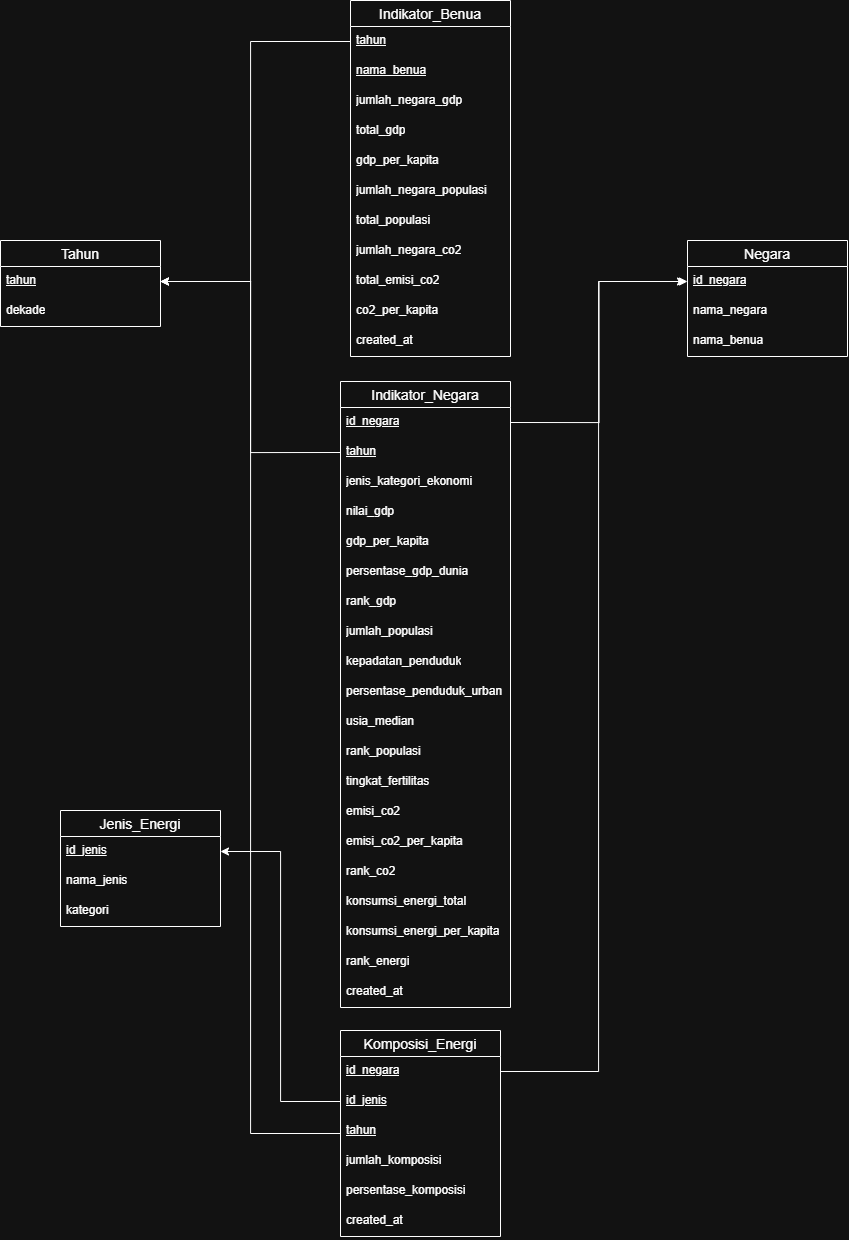
This is Data Warehous/design/ERD_Diagram_Data_Warehouse.png from ValentinoDan/Seleksi-2026-Tugas-1, a draw.io export, as it was before one commit. Source tidied: cells renumbered, new cells last; positions are measured from the earlier drawing's top-left corner, leaving out a move shared by most shapes. Source of this version:
```xml
<mxGraphModel>
  <root>
    <mxCell id="0" />
    <mxCell id="1" parent="0" />
    <mxCell id="2" value="Tahun" style="swimlane;fontStyle=0;horizontal=1;startSize=26;align=center;fontSize=14;" parent="1" vertex="1">
      <mxGeometry y="240" width="160" height="86" as="geometry" />
    </mxCell>
    <mxCell id="3" value="&lt;u&gt;tahun&lt;/u&gt;" style="text;strokeColor=none;fillColor=none;spacingLeft=4;spacingRight=4;overflow=hidden;points=[[0,0.5],[1,0.5]];portConstraint=eastwest;fontSize=12;whiteSpace=wrap;html=1;" parent="2" vertex="1">
      <mxGeometry y="26" width="160" height="30" as="geometry" />
    </mxCell>
    <mxCell id="4" value="dekade" style="text;strokeColor=none;fillColor=none;spacingLeft=4;spacingRight=4;overflow=hidden;fontSize=12;whiteSpace=wrap;html=1;" parent="2" vertex="1">
      <mxGeometry y="56" width="160" height="30" as="geometry" />
    </mxCell>
    <mxCell id="5" value="Negara" style="swimlane;fontStyle=0;horizontal=1;startSize=26;align=center;fontSize=14;" parent="1" vertex="1">
      <mxGeometry x="687" y="240" width="160" height="116" as="geometry" />
    </mxCell>
    <mxCell id="6" value="&lt;u&gt;id_negara&lt;/u&gt;" style="text;strokeColor=none;fillColor=none;spacingLeft=4;spacingRight=4;overflow=hidden;points=[[0,0.5],[1,0.5]];portConstraint=eastwest;fontSize=12;whiteSpace=wrap;html=1;" parent="5" vertex="1">
      <mxGeometry y="26" width="160" height="30" as="geometry" />
    </mxCell>
    <mxCell id="7" value="nama_negara" style="text;strokeColor=none;fillColor=none;spacingLeft=4;spacingRight=4;overflow=hidden;fontSize=12;whiteSpace=wrap;html=1;" parent="5" vertex="1">
      <mxGeometry y="56" width="160" height="30" as="geometry" />
    </mxCell>
    <mxCell id="8" value="nama_benua" style="text;strokeColor=none;fillColor=none;spacingLeft=4;spacingRight=4;overflow=hidden;fontSize=12;whiteSpace=wrap;html=1;" parent="5" vertex="1">
      <mxGeometry y="86" width="160" height="30" as="geometry" />
    </mxCell>
    <mxCell id="9" value="Jenis_Energi" style="swimlane;fontStyle=0;horizontal=1;startSize=26;align=center;fontSize=14;" parent="1" vertex="1">
      <mxGeometry x="60" y="810" width="160" height="116" as="geometry" />
    </mxCell>
    <mxCell id="10" value="&lt;u&gt;id_jenis&lt;/u&gt;" style="text;strokeColor=none;fillColor=none;spacingLeft=4;spacingRight=4;overflow=hidden;points=[[0,0.5],[1,0.5]];portConstraint=eastwest;fontSize=12;whiteSpace=wrap;html=1;" parent="9" vertex="1">
      <mxGeometry y="26" width="160" height="30" as="geometry" />
    </mxCell>
    <mxCell id="11" value="nama_jenis" style="text;strokeColor=none;fillColor=none;spacingLeft=4;spacingRight=4;overflow=hidden;fontSize=12;whiteSpace=wrap;html=1;" parent="9" vertex="1">
      <mxGeometry y="56" width="160" height="30" as="geometry" />
    </mxCell>
    <mxCell id="12" value="kategori" style="text;strokeColor=none;fillColor=none;spacingLeft=4;spacingRight=4;overflow=hidden;fontSize=12;whiteSpace=wrap;html=1;" parent="9" vertex="1">
      <mxGeometry y="86" width="160" height="30" as="geometry" />
    </mxCell>
    <mxCell id="13" value="Indikator_Negara" style="swimlane;fontStyle=0;horizontal=1;startSize=26;align=center;fontSize=14;" parent="1" vertex="1">
      <mxGeometry x="340" y="381" width="170" height="626" as="geometry" />
    </mxCell>
    <mxCell id="14" value="&lt;u&gt;id_negara&lt;/u&gt;" style="text;strokeColor=none;fillColor=none;spacingLeft=4;spacingRight=4;overflow=hidden;points=[[0,0.5],[1,0.5]];portConstraint=eastwest;fontSize=12;whiteSpace=wrap;html=1;" parent="13" vertex="1">
      <mxGeometry y="26" width="170" height="30" as="geometry" />
    </mxCell>
    <mxCell id="15" value="&lt;u&gt;tahun&lt;/u&gt;" style="text;strokeColor=none;fillColor=none;spacingLeft=4;spacingRight=4;overflow=hidden;points=[[0,0.5],[1,0.5]];portConstraint=eastwest;fontSize=12;whiteSpace=wrap;html=1;" parent="13" vertex="1">
      <mxGeometry y="56" width="170" height="30" as="geometry" />
    </mxCell>
    <mxCell id="16" value="jenis_kategori_ekonomi" style="text;strokeColor=none;fillColor=none;spacingLeft=4;spacingRight=4;overflow=hidden;fontSize=12;whiteSpace=wrap;html=1;" parent="13" vertex="1">
      <mxGeometry y="86" width="170" height="30" as="geometry" />
    </mxCell>
    <mxCell id="17" value="nilai_gdp" style="text;strokeColor=none;fillColor=none;spacingLeft=4;spacingRight=4;overflow=hidden;fontSize=12;whiteSpace=wrap;html=1;" parent="13" vertex="1">
      <mxGeometry y="116" width="170" height="30" as="geometry" />
    </mxCell>
    <mxCell id="18" value="gdp_per_kapita" style="text;strokeColor=none;fillColor=none;spacingLeft=4;spacingRight=4;overflow=hidden;fontSize=12;whiteSpace=wrap;html=1;" parent="13" vertex="1">
      <mxGeometry y="146" width="170" height="30" as="geometry" />
    </mxCell>
    <mxCell id="19" value="persentase_gdp_dunia" style="text;strokeColor=none;fillColor=none;spacingLeft=4;spacingRight=4;overflow=hidden;fontSize=12;whiteSpace=wrap;html=1;" parent="13" vertex="1">
      <mxGeometry y="176" width="170" height="30" as="geometry" />
    </mxCell>
    <mxCell id="20" value="rank_gdp" style="text;strokeColor=none;fillColor=none;spacingLeft=4;spacingRight=4;overflow=hidden;fontSize=12;whiteSpace=wrap;html=1;" parent="13" vertex="1">
      <mxGeometry y="206" width="170" height="30" as="geometry" />
    </mxCell>
    <mxCell id="21" value="jumlah_populasi" style="text;strokeColor=none;fillColor=none;spacingLeft=4;spacingRight=4;overflow=hidden;fontSize=12;whiteSpace=wrap;html=1;" parent="13" vertex="1">
      <mxGeometry y="236" width="170" height="30" as="geometry" />
    </mxCell>
    <mxCell id="22" value="kepadatan_penduduk" style="text;strokeColor=none;fillColor=none;spacingLeft=4;spacingRight=4;overflow=hidden;fontSize=12;whiteSpace=wrap;html=1;" parent="13" vertex="1">
      <mxGeometry y="266" width="170" height="30" as="geometry" />
    </mxCell>
    <mxCell id="23" value="persentase_penduduk_urban" style="text;strokeColor=none;fillColor=none;spacingLeft=4;spacingRight=4;overflow=hidden;fontSize=12;whiteSpace=wrap;html=1;" parent="13" vertex="1">
      <mxGeometry y="296" width="170" height="30" as="geometry" />
    </mxCell>
    <mxCell id="24" value="usia_median" style="text;strokeColor=none;fillColor=none;spacingLeft=4;spacingRight=4;overflow=hidden;fontSize=12;whiteSpace=wrap;html=1;" parent="13" vertex="1">
      <mxGeometry y="326" width="170" height="30" as="geometry" />
    </mxCell>
    <mxCell id="25" value="rank_populasi" style="text;strokeColor=none;fillColor=none;spacingLeft=4;spacingRight=4;overflow=hidden;fontSize=12;whiteSpace=wrap;html=1;" parent="13" vertex="1">
      <mxGeometry y="356" width="170" height="30" as="geometry" />
    </mxCell>
    <mxCell id="26" value="tingkat_fertilitas" style="text;strokeColor=none;fillColor=none;spacingLeft=4;spacingRight=4;overflow=hidden;fontSize=12;whiteSpace=wrap;html=1;" parent="13" vertex="1">
      <mxGeometry y="386" width="170" height="30" as="geometry" />
    </mxCell>
    <mxCell id="27" value="emisi_co2" style="text;strokeColor=none;fillColor=none;spacingLeft=4;spacingRight=4;overflow=hidden;fontSize=12;whiteSpace=wrap;html=1;" parent="13" vertex="1">
      <mxGeometry y="416" width="170" height="30" as="geometry" />
    </mxCell>
    <mxCell id="28" value="emisi_co2_per_kapita" style="text;strokeColor=none;fillColor=none;spacingLeft=4;spacingRight=4;overflow=hidden;fontSize=12;whiteSpace=wrap;html=1;" parent="13" vertex="1">
      <mxGeometry y="446" width="170" height="30" as="geometry" />
    </mxCell>
    <mxCell id="29" value="rank_co2" style="text;strokeColor=none;fillColor=none;spacingLeft=4;spacingRight=4;overflow=hidden;fontSize=12;whiteSpace=wrap;html=1;" parent="13" vertex="1">
      <mxGeometry y="476" width="170" height="30" as="geometry" />
    </mxCell>
    <mxCell id="30" value="konsumsi_energi_total" style="text;strokeColor=none;fillColor=none;spacingLeft=4;spacingRight=4;overflow=hidden;fontSize=12;whiteSpace=wrap;html=1;" parent="13" vertex="1">
      <mxGeometry y="506" width="170" height="30" as="geometry" />
    </mxCell>
    <mxCell id="31" value="konsumsi_energi_per_kapita" style="text;strokeColor=none;fillColor=none;spacingLeft=4;spacingRight=4;overflow=hidden;fontSize=12;whiteSpace=wrap;html=1;" parent="13" vertex="1">
      <mxGeometry y="536" width="170" height="30" as="geometry" />
    </mxCell>
    <mxCell id="32" value="rank_energi" style="text;strokeColor=none;fillColor=none;spacingLeft=4;spacingRight=4;overflow=hidden;fontSize=12;whiteSpace=wrap;html=1;" parent="13" vertex="1">
      <mxGeometry y="566" width="170" height="30" as="geometry" />
    </mxCell>
    <mxCell id="33" value="created_at" style="text;strokeColor=none;fillColor=none;spacingLeft=4;spacingRight=4;overflow=hidden;fontSize=12;whiteSpace=wrap;html=1;" parent="13" vertex="1">
      <mxGeometry y="596" width="170" height="30" as="geometry" />
    </mxCell>
    <mxCell id="34" style="edgeStyle=orthogonalEdgeStyle;rounded=0;jettySize=auto;html=1;exitX=0;exitY=0.5;exitDx=0;exitDy=0;entryX=1;entryY=0.5;entryDx=0;entryDy=0;" parent="1" edge="1" source="35" target="3">
      <mxGeometry relative="1" as="geometry" />
    </mxCell>
    <mxCell id="35" value="Komposisi_Energi" style="swimlane;fontStyle=0;horizontal=1;startSize=26;align=center;fontSize=14;" parent="1" vertex="1">
      <mxGeometry x="340" y="1030" width="160" height="206" as="geometry" />
    </mxCell>
    <mxCell id="36" value="&lt;u&gt;id_negara&lt;/u&gt;" style="text;strokeColor=none;fillColor=none;spacingLeft=4;spacingRight=4;overflow=hidden;points=[[0,0.5],[1,0.5]];portConstraint=eastwest;fontSize=12;whiteSpace=wrap;html=1;" parent="35" vertex="1">
      <mxGeometry y="26" width="160" height="30" as="geometry" />
    </mxCell>
    <mxCell id="37" value="&lt;u&gt;id_jenis&lt;/u&gt;" style="text;strokeColor=none;fillColor=none;spacingLeft=4;spacingRight=4;overflow=hidden;points=[[0,0.5],[1,0.5]];portConstraint=eastwest;fontSize=12;whiteSpace=wrap;html=1;" parent="35" vertex="1">
      <mxGeometry y="56" width="160" height="30" as="geometry" />
    </mxCell>
    <mxCell id="38" value="&lt;u&gt;tahun&lt;/u&gt;" style="text;strokeColor=none;fillColor=none;spacingLeft=4;spacingRight=4;overflow=hidden;fontSize=12;whiteSpace=wrap;html=1;" parent="35" vertex="1">
      <mxGeometry y="86" width="160" height="30" as="geometry" />
    </mxCell>
    <mxCell id="39" value="jumlah_komposisi" style="text;strokeColor=none;fillColor=none;spacingLeft=4;spacingRight=4;overflow=hidden;fontSize=12;whiteSpace=wrap;html=1;" parent="35" vertex="1">
      <mxGeometry y="116" width="160" height="30" as="geometry" />
    </mxCell>
    <mxCell id="40" value="persentase_komposisi" style="text;strokeColor=none;fillColor=none;spacingLeft=4;spacingRight=4;overflow=hidden;fontSize=12;whiteSpace=wrap;html=1;" parent="35" vertex="1">
      <mxGeometry y="146" width="160" height="30" as="geometry" />
    </mxCell>
    <mxCell id="41" value="created_at" style="text;strokeColor=none;fillColor=none;spacingLeft=4;spacingRight=4;overflow=hidden;fontSize=12;whiteSpace=wrap;html=1;" parent="35" vertex="1">
      <mxGeometry y="176" width="160" height="30" as="geometry" />
    </mxCell>
    <mxCell id="42" value="Indikator_Benua" style="swimlane;fontStyle=0;horizontal=1;startSize=26;align=center;fontSize=14;" parent="1" vertex="1">
      <mxGeometry x="350" width="160" height="356" as="geometry" />
    </mxCell>
    <mxCell id="43" value="&lt;u&gt;tahun&lt;/u&gt;" style="text;strokeColor=none;fillColor=none;spacingLeft=4;spacingRight=4;overflow=hidden;points=[[0,0.5],[1,0.5]];portConstraint=eastwest;fontSize=12;whiteSpace=wrap;html=1;" parent="42" vertex="1">
      <mxGeometry y="26" width="160" height="30" as="geometry" />
    </mxCell>
    <mxCell id="44" value="&lt;u&gt;nama_benua&lt;/u&gt;" style="text;strokeColor=none;fillColor=none;spacingLeft=4;spacingRight=4;overflow=hidden;fontSize=12;whiteSpace=wrap;html=1;" parent="42" vertex="1">
      <mxGeometry y="56" width="160" height="30" as="geometry" />
    </mxCell>
    <mxCell id="45" value="jumlah_negara_gdp" style="text;strokeColor=none;fillColor=none;spacingLeft=4;spacingRight=4;overflow=hidden;fontSize=12;whiteSpace=wrap;html=1;" parent="42" vertex="1">
      <mxGeometry y="86" width="160" height="30" as="geometry" />
    </mxCell>
    <mxCell id="46" value="total_gdp" style="text;strokeColor=none;fillColor=none;spacingLeft=4;spacingRight=4;overflow=hidden;fontSize=12;whiteSpace=wrap;html=1;" parent="42" vertex="1">
      <mxGeometry y="116" width="160" height="30" as="geometry" />
    </mxCell>
    <mxCell id="47" value="gdp_per_kapita" style="text;strokeColor=none;fillColor=none;spacingLeft=4;spacingRight=4;overflow=hidden;fontSize=12;whiteSpace=wrap;html=1;" parent="42" vertex="1">
      <mxGeometry y="146" width="160" height="30" as="geometry" />
    </mxCell>
    <mxCell id="48" value="jumlah_negara_populasi" style="text;strokeColor=none;fillColor=none;spacingLeft=4;spacingRight=4;overflow=hidden;fontSize=12;whiteSpace=wrap;html=1;" parent="42" vertex="1">
      <mxGeometry y="176" width="160" height="30" as="geometry" />
    </mxCell>
    <mxCell id="49" value="total_populasi" style="text;strokeColor=none;fillColor=none;spacingLeft=4;spacingRight=4;overflow=hidden;fontSize=12;whiteSpace=wrap;html=1;" parent="42" vertex="1">
      <mxGeometry y="206" width="160" height="30" as="geometry" />
    </mxCell>
    <mxCell id="50" value="jumlah_negara_co2" style="text;strokeColor=none;fillColor=none;spacingLeft=4;spacingRight=4;overflow=hidden;fontSize=12;whiteSpace=wrap;html=1;" parent="42" vertex="1">
      <mxGeometry y="236" width="160" height="30" as="geometry" />
    </mxCell>
    <mxCell id="51" value="total_emisi_co2" style="text;strokeColor=none;fillColor=none;spacingLeft=4;spacingRight=4;overflow=hidden;fontSize=12;whiteSpace=wrap;html=1;" parent="42" vertex="1">
      <mxGeometry y="266" width="160" height="30" as="geometry" />
    </mxCell>
    <mxCell id="52" value="co2_per_kapita" style="text;strokeColor=none;fillColor=none;spacingLeft=4;spacingRight=4;overflow=hidden;fontSize=12;whiteSpace=wrap;html=1;" parent="42" vertex="1">
      <mxGeometry y="296" width="160" height="30" as="geometry" />
    </mxCell>
    <mxCell id="53" value="created_at" style="text;strokeColor=none;fillColor=none;spacingLeft=4;spacingRight=4;overflow=hidden;fontSize=12;whiteSpace=wrap;html=1;" parent="42" vertex="1">
      <mxGeometry y="326" width="160" height="30" as="geometry" />
    </mxCell>
    <mxCell id="54" style="edgeStyle=orthogonalEdgeStyle;rounded=0;jettySize=auto;html=1;exitX=1;exitY=0.5;exitDx=0;exitDy=0;entryX=0;entryY=0.5;entryDx=0;entryDy=0;" parent="1" edge="1" source="14" target="6">
      <mxGeometry relative="1" as="geometry" />
    </mxCell>
    <mxCell id="55" style="edgeStyle=orthogonalEdgeStyle;rounded=0;jettySize=auto;html=1;exitX=0;exitY=0.5;exitDx=0;exitDy=0;entryX=1;entryY=0.5;entryDx=0;entryDy=0;" parent="1" edge="1" source="15" target="3">
      <mxGeometry relative="1" as="geometry" />
    </mxCell>
    <mxCell id="56" style="edgeStyle=orthogonalEdgeStyle;rounded=0;jettySize=auto;html=1;entryX=0;entryY=0.5;entryDx=0;entryDy=0;exitX=1;exitY=0.5;exitDx=0;exitDy=0;" parent="1" edge="1" source="36">
      <mxGeometry relative="1" as="geometry">
        <mxPoint x="685" y="281" as="targetPoint" />
        <Array as="points">
          <mxPoint x="598" y="1071" />
          <mxPoint x="598" y="281" />
        </Array>
      </mxGeometry>
    </mxCell>
    <mxCell id="57" style="edgeStyle=orthogonalEdgeStyle;rounded=0;jettySize=auto;html=1;entryX=1;entryY=0.5;entryDx=0;entryDy=0;" parent="1" edge="1" source="43" target="3">
      <mxGeometry relative="1" as="geometry">
        <Array as="points">
          <mxPoint x="250" y="41" />
          <mxPoint x="250" y="281" />
        </Array>
      </mxGeometry>
    </mxCell>
    <mxCell id="58" style="edgeStyle=orthogonalEdgeStyle;rounded=0;jettySize=auto;html=1;entryX=1;entryY=0.5;entryDx=0;entryDy=0;" parent="1" edge="1" source="37" target="10">
      <mxGeometry relative="1" as="geometry" />
    </mxCell>
  </root>
</mxGraphModel>
```
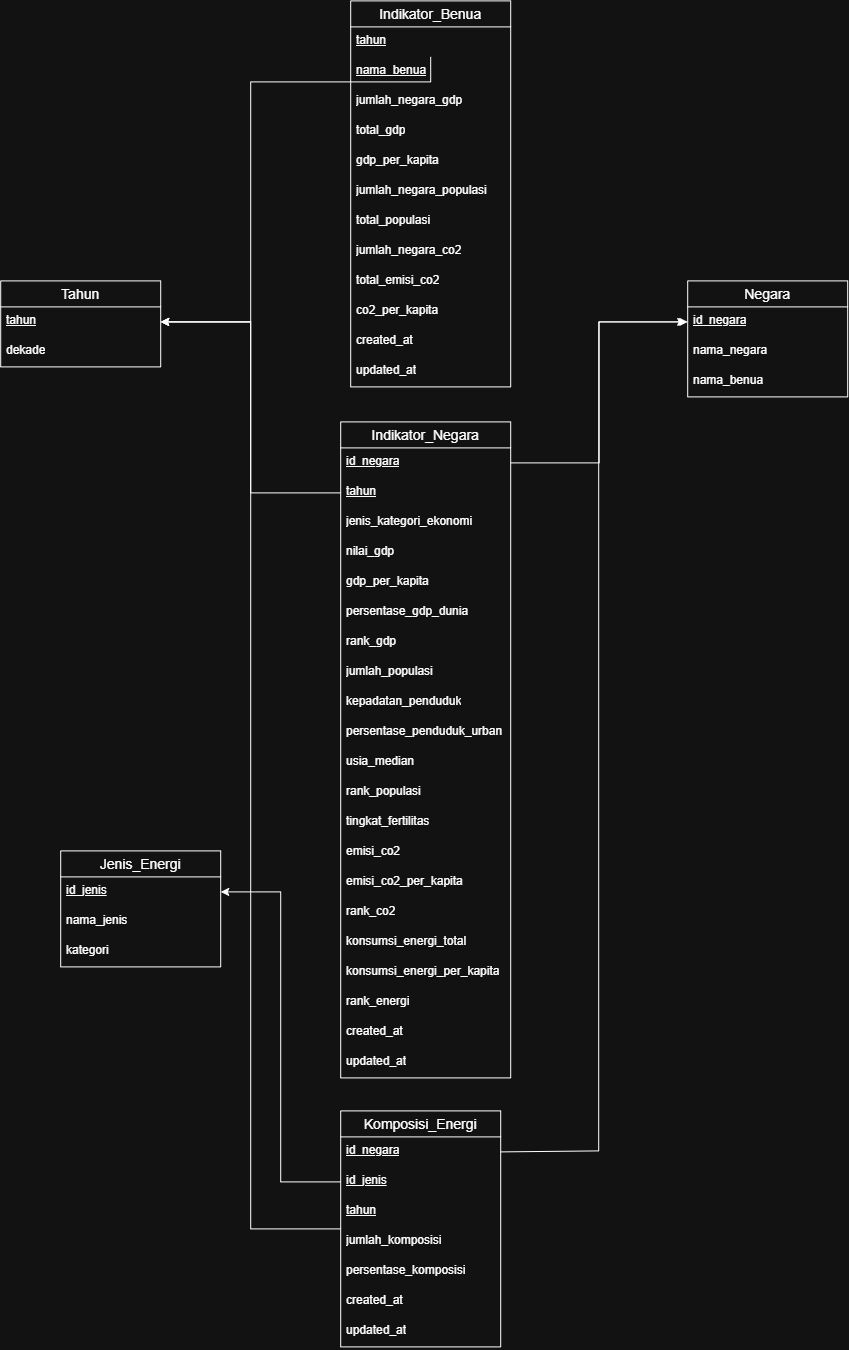
Above is the later version.

Diff of the diagram source:
```diff
@@ -36,7 +36,7 @@
       <mxGeometry y="86" width="160" height="30" as="geometry" />
     </mxCell>
     <mxCell id="13" value="Indikator_Negara" style="swimlane;fontStyle=0;horizontal=1;startSize=26;align=center;fontSize=14;" parent="1" vertex="1">
-      <mxGeometry x="340" y="381" width="170" height="626" as="geometry" />
+      <mxGeometry x="340" y="381" width="170" height="656" as="geometry" />
     </mxCell>
     <mxCell id="14" value="&lt;u&gt;id_negara&lt;/u&gt;" style="text;strokeColor=none;fillColor=none;spacingLeft=4;spacingRight=4;overflow=hidden;points=[[0,0.5],[1,0.5]];portConstraint=eastwest;fontSize=12;whiteSpace=wrap;html=1;" parent="13" vertex="1">
       <mxGeometry y="26" width="170" height="30" as="geometry" />
@@ -98,11 +98,14 @@
     <mxCell id="33" value="created_at" style="text;strokeColor=none;fillColor=none;spacingLeft=4;spacingRight=4;overflow=hidden;fontSize=12;whiteSpace=wrap;html=1;" parent="13" vertex="1">
       <mxGeometry y="596" width="170" height="30" as="geometry" />
     </mxCell>
+    <mxCell id="59" value="updated_at" style="text;strokeColor=none;fillColor=none;spacingLeft=4;spacingRight=4;overflow=hidden;fontSize=12;whiteSpace=wrap;html=1;" parent="13" vertex="1">
+      <mxGeometry y="626" width="170" height="30" as="geometry" />
+    </mxCell>
     <mxCell id="34" style="edgeStyle=orthogonalEdgeStyle;rounded=0;jettySize=auto;html=1;exitX=0;exitY=0.5;exitDx=0;exitDy=0;entryX=1;entryY=0.5;entryDx=0;entryDy=0;" parent="1" edge="1" source="35" target="3">
       <mxGeometry relative="1" as="geometry" />
     </mxCell>
     <mxCell id="35" value="Komposisi_Energi" style="swimlane;fontStyle=0;horizontal=1;startSize=26;align=center;fontSize=14;" parent="1" vertex="1">
-      <mxGeometry x="340" y="1030" width="160" height="206" as="geometry" />
+      <mxGeometry x="340" y="1070" width="160" height="236" as="geometry" />
     </mxCell>
     <mxCell id="36" value="&lt;u&gt;id_negara&lt;/u&gt;" style="text;strokeColor=none;fillColor=none;spacingLeft=4;spacingRight=4;overflow=hidden;points=[[0,0.5],[1,0.5]];portConstraint=eastwest;fontSize=12;whiteSpace=wrap;html=1;" parent="35" vertex="1">
       <mxGeometry y="26" width="160" height="30" as="geometry" />
@@ -122,8 +125,11 @@
     <mxCell id="41" value="created_at" style="text;strokeColor=none;fillColor=none;spacingLeft=4;spacingRight=4;overflow=hidden;fontSize=12;whiteSpace=wrap;html=1;" parent="35" vertex="1">
       <mxGeometry y="176" width="160" height="30" as="geometry" />
     </mxCell>
+    <mxCell id="60" value="updated_at" style="text;strokeColor=none;fillColor=none;spacingLeft=4;spacingRight=4;overflow=hidden;fontSize=12;whiteSpace=wrap;html=1;" parent="35" vertex="1">
+      <mxGeometry y="206" width="160" height="30" as="geometry" />
+    </mxCell>
     <mxCell id="42" value="Indikator_Benua" style="swimlane;fontStyle=0;horizontal=1;startSize=26;align=center;fontSize=14;" parent="1" vertex="1">
-      <mxGeometry x="350" width="160" height="356" as="geometry" />
+      <mxGeometry x="350" y="-40" width="160" height="386" as="geometry" />
     </mxCell>
     <mxCell id="43" value="&lt;u&gt;tahun&lt;/u&gt;" style="text;strokeColor=none;fillColor=none;spacingLeft=4;spacingRight=4;overflow=hidden;points=[[0,0.5],[1,0.5]];portConstraint=eastwest;fontSize=12;whiteSpace=wrap;html=1;" parent="42" vertex="1">
       <mxGeometry y="26" width="160" height="30" as="geometry" />
@@ -158,6 +164,9 @@
     <mxCell id="53" value="created_at" style="text;strokeColor=none;fillColor=none;spacingLeft=4;spacingRight=4;overflow=hidden;fontSize=12;whiteSpace=wrap;html=1;" parent="42" vertex="1">
       <mxGeometry y="326" width="160" height="30" as="geometry" />
     </mxCell>
+    <mxCell id="61" value="updated_at" style="text;strokeColor=none;fillColor=none;spacingLeft=4;spacingRight=4;overflow=hidden;fontSize=12;whiteSpace=wrap;html=1;" parent="42" vertex="1">
+      <mxGeometry y="356" width="160" height="30" as="geometry" />
+    </mxCell>
     <mxCell id="54" style="edgeStyle=orthogonalEdgeStyle;rounded=0;jettySize=auto;html=1;exitX=1;exitY=0.5;exitDx=0;exitDy=0;entryX=0;entryY=0.5;entryDx=0;entryDy=0;" parent="1" edge="1" source="14" target="6">
       <mxGeometry relative="1" as="geometry" />
     </mxCell>
@@ -168,8 +177,9 @@
       <mxGeometry relative="1" as="geometry">
         <mxPoint x="685" y="281" as="targetPoint" />
         <Array as="points">
-          <mxPoint x="598" y="1071" />
-          <mxPoint x="598" y="281" />
+          <mxPoint x="500" y="1110" />
+          <mxPoint x="598.1" y="1110" />
+          <mxPoint x="598.1" y="281" />
         </Array>
       </mxGeometry>
     </mxCell>
```
